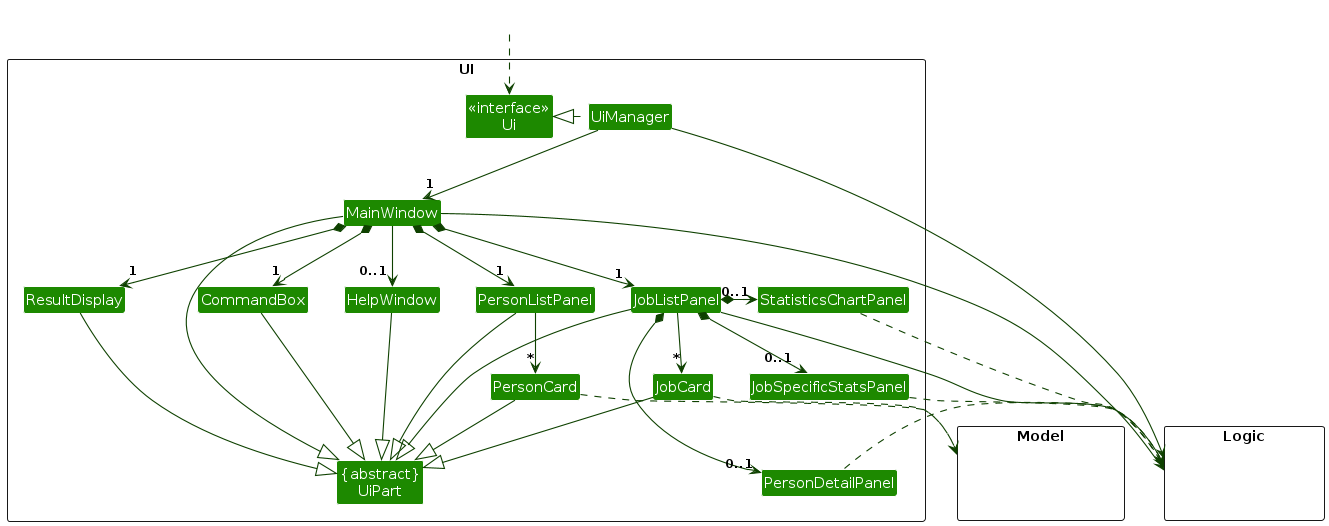
Earlier version of the PlantUML export diagrams/UiClassDiagram.png (Mingyuan03/tp). Its source is kept beside it as diagrams/UiClassDiagram.puml.
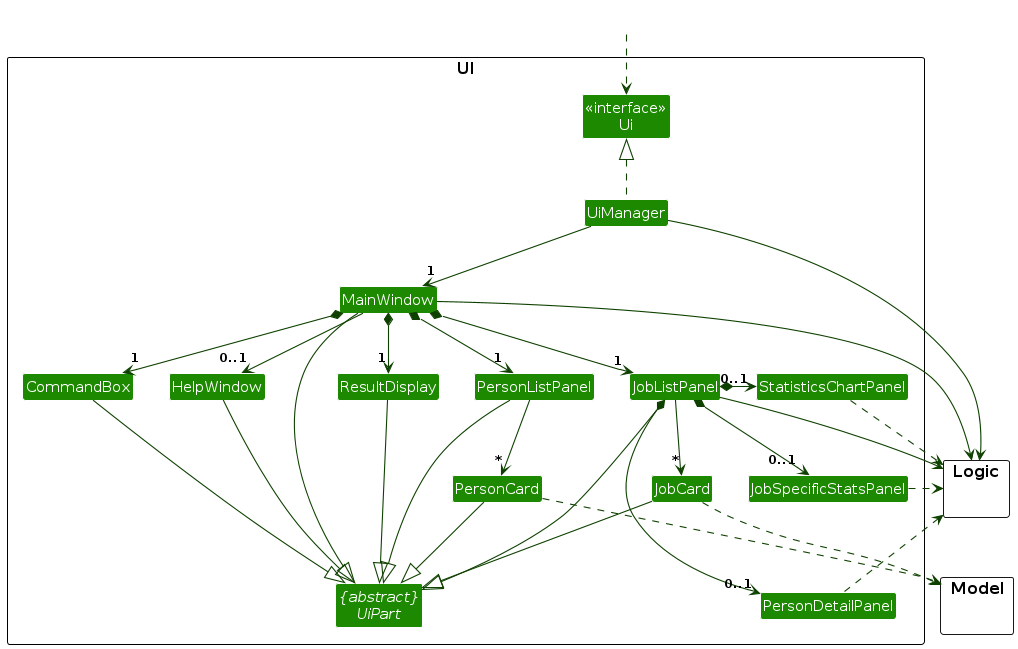
After the commit.

What changed in the source:
```diff
@@ -4,37 +4,39 @@
 skinparam arrowColor UI_COLOR_T4
 skinparam classBackgroundColor UI_COLOR
 
-package UI <<Rectangle>>{
-Class "<<interface>>\nUi" as Ui
-Class "{abstract}\nUiPart" as UiPart
-Class UiManager
-Class MainWindow
-Class HelpWindow
-Class ResultDisplay
-Class PersonListPanel
-Class PersonCard
-Class CommandBox
-Class JobListPanel
-Class JobCard
-Class StatisticsChartPanel
-Class JobSpecificStatsPanel
-Class PersonDetailPanel
+Logic -[hidden]down-> Model
+
+package UI {
+    class "<<interface>>\nUi" as Ui
+    class UiManager
+    class MainWindow
+    class HelpWindow
+    class ResultDisplay
+    class PersonListPanel
+    class PersonCard
+    class CommandBox
+    class JobListPanel
+    class JobCard
+    class StatisticsChartPanel
+    class JobSpecificStatsPanel
+    class PersonDetailPanel
+
+    abstract "{abstract}\nUiPart" as UiPart {
+    }
 }
 
-package Model <<Rectangle>> {
-Class HiddenModel #FFFFFF
+package Logic {
 }
 
-package Logic <<Rectangle>> {
-Class HiddenLogic #FFFFFF
+package Model {
 }
 
 Class HiddenOutside #FFFFFF
 HiddenOutside ..> Ui
 
-UiManager .left.|> Ui
+UiManager .up.|> Ui
 UiManager -down-> "1" MainWindow
-MainWindow *-down->  "1" CommandBox
+MainWindow *-down-> "1" CommandBox
 MainWindow *-down-> "1" ResultDisplay
 MainWindow *-down-> "1" PersonListPanel
 MainWindow *-down-> "1" JobListPanel
@@ -46,24 +48,23 @@
 JobListPanel *-right-> "0..1" JobSpecificStatsPanel
 JobListPanel *-right-> "0..1" PersonDetailPanel
 
-MainWindow -left-|> UiPart
-
-ResultDisplay --|> UiPart
-CommandBox --|> UiPart
-PersonListPanel --|> UiPart
-PersonCard --|> UiPart
-JobListPanel --|> UiPart
-JobCard --|> UiPart
-HelpWindow --|> UiPart
+MainWindow -down-|> UiPart
+ResultDisplay -down-|> UiPart
+CommandBox -down-|> UiPart
+PersonListPanel -down-|> UiPart
+PersonCard -down-|> UiPart
+JobListPanel -down-|> UiPart
+JobCard -down-|> UiPart
+HelpWindow -down-|> UiPart
 
 PersonCard ..> Model
 JobCard ..> Model
 StatisticsChartPanel ..> Logic
 JobSpecificStatsPanel ..> Logic
 PersonDetailPanel ..> Logic
-UiManager -right-> Logic
-MainWindow -left-> Logic
-JobListPanel -right-> Logic
+UiManager -up-> Logic
+MainWindow -up-> Logic
+JobListPanel -up-> Logic
 
 PersonListPanel -[hidden]left- HelpWindow
 HelpWindow -[hidden]left- CommandBox
@@ -71,5 +72,6 @@
 StatisticsChartPanel -[hidden]down- JobSpecificStatsPanel
 JobSpecificStatsPanel -[hidden]down- PersonDetailPanel
 
-MainWindow -[hidden]-|> UiPart
+MainWindow -[hidden]down-> UiPart
+
 @enduml
```
